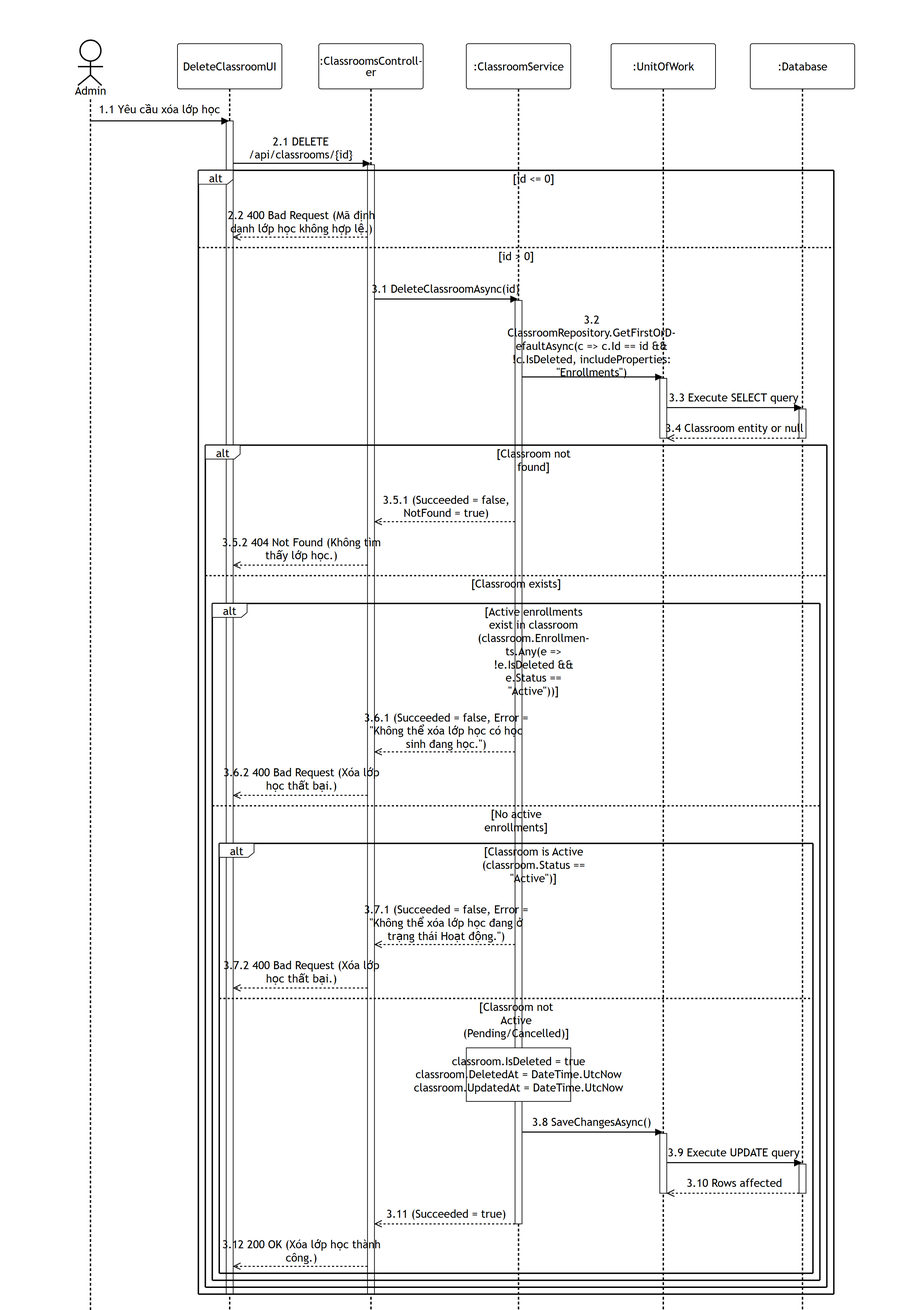
This is 03-classroom-management/images/apis/delete-classroom.png from PhucAnDev/docx-diagram, a Mermaid export, as it was before one commit. Its source is kept beside it as 03-classroom-management/sequence-diagram/apis/delete-classroom.mmd.
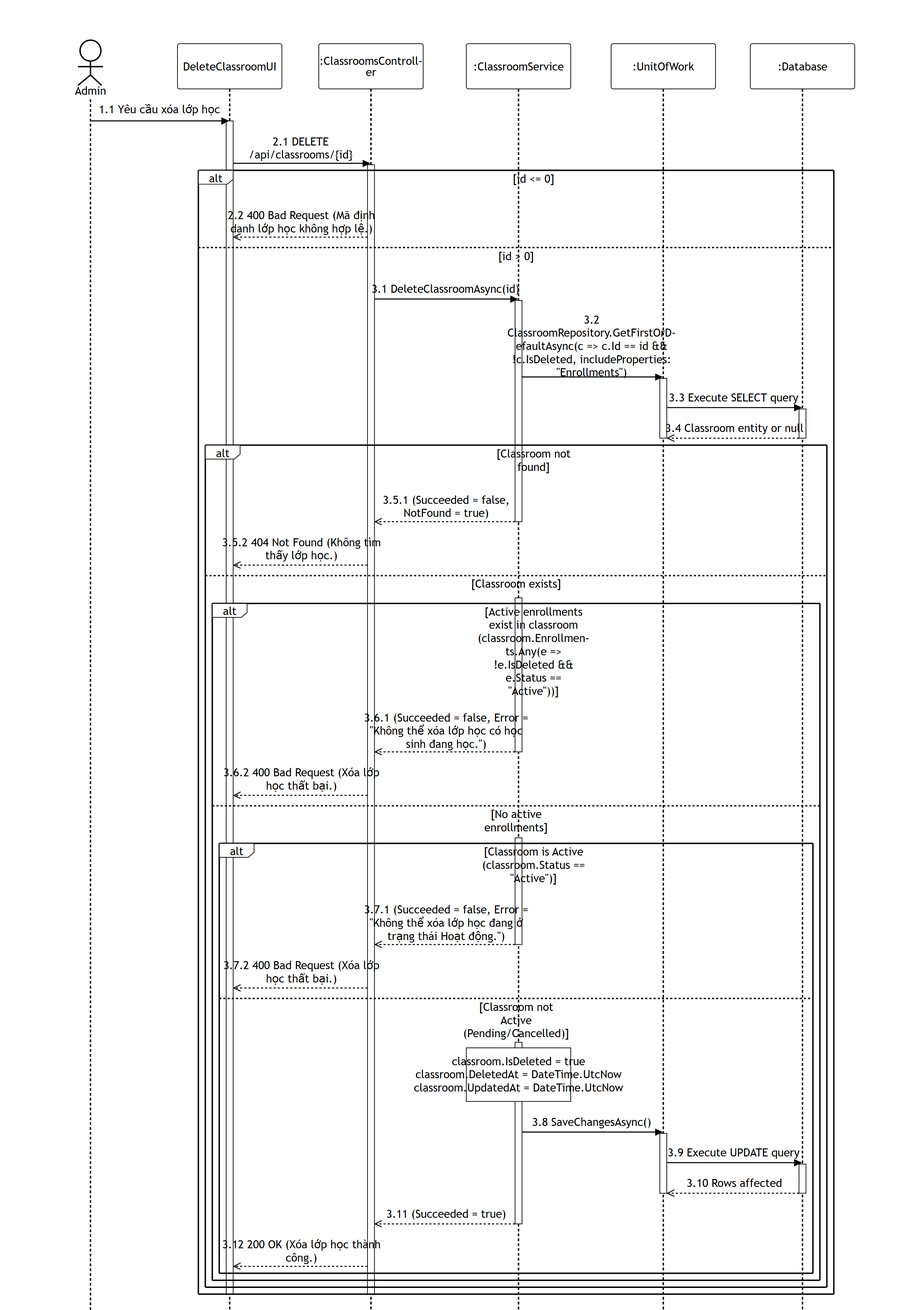
Above is the later version.

What changed in the source:
```diff
@@ -32,16 +32,19 @@
             deactivate Service
             Endpoint-->>UI: 3.5.2 404 Not Found (Không tìm thấy lớp học.)
         else Classroom exists
+            activate Service
             alt Active enrollments exist in classroom (classroom.Enrollments.Any(e => !e.IsDeleted && e.Status == "Active"))
                 Service-->>Endpoint: 3.6.1 (Succeeded = false, Error = "Không thể xóa lớp học có học sinh đang học.")
                 deactivate Service
                 Endpoint-->>UI: 3.6.2 400 Bad Request (Xóa lớp học thất bại.)
             else No active enrollments
+                activate Service
                 alt Classroom is Active (classroom.Status == "Active")
                     Service-->>Endpoint: 3.7.1 (Succeeded = false, Error = "Không thể xóa lớp học đang ở trạng thái Hoạt động.")
                     deactivate Service
                     Endpoint-->>UI: 3.7.2 400 Bad Request (Xóa lớp học thất bại.)
                 else Classroom not Active (Pending/Cancelled)
+                    activate Service
                     note over Service: classroom.IsDeleted = true<br/>classroom.DeletedAt = DateTime.UtcNow<br/>classroom.UpdatedAt = DateTime.UtcNow
 
                     Service->>DB: 3.8 SaveChangesAsync()
```
